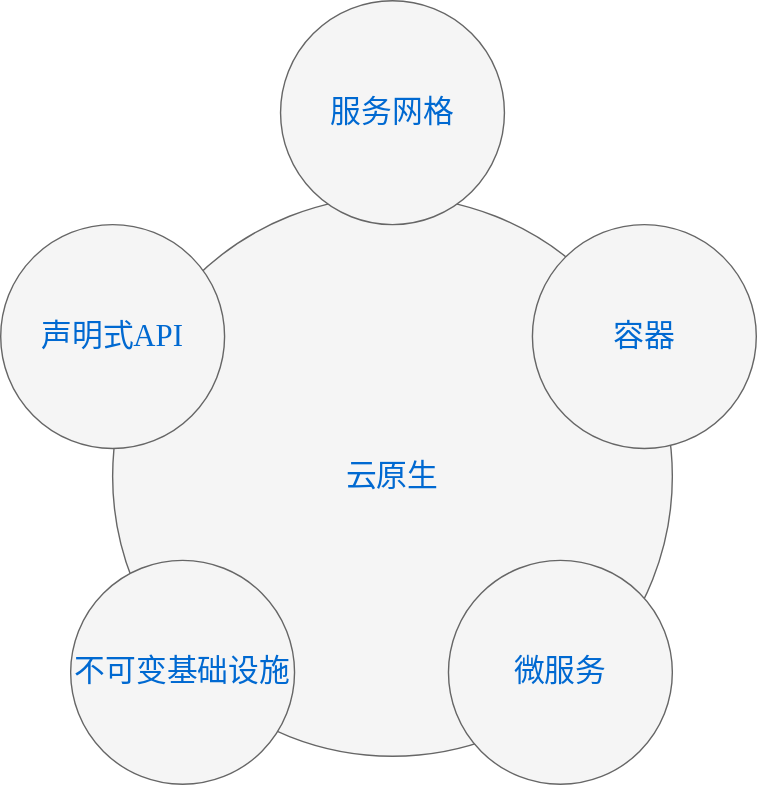
The draw.io diagram test/未命名绘图.drawio.svg in YunZh1Jun/tmp, before a commit. Source tidied: cells renumbered, new cells last; positions are measured from the earlier drawing's top-left corner, leaving out a move shared by most shapes.
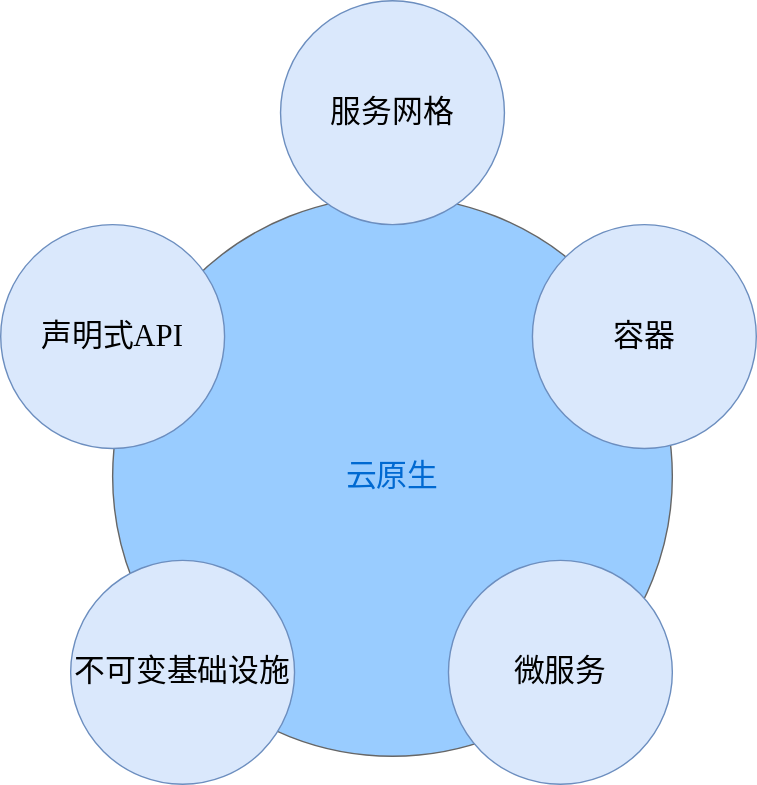
After the change.

Commit message:
更新未命名绘图.drawio.svg

The edit, as a diff of the source:
```diff
@@ -2,22 +2,22 @@
   <root>
     <mxCell id="0" />
     <mxCell id="1" parent="0" />
-    <mxCell id="2" value="云原生" style="ellipse;whiteSpace=wrap;html=1;rounded=0;shadow=0;dashed=0;comic=0;fontFamily=Verdana;fontSize=22;fontColor=#0069D1;fillColor=#f5f5f5;strokeColor=#666666;" parent="1" vertex="1">
+    <mxCell id="2" value="云原生" style="ellipse;whiteSpace=wrap;html=1;rounded=0;shadow=0;dashed=0;comic=0;fontFamily=Verdana;fontSize=22;fontColor=#0069D1;fillColor=#99CCFF;strokeColor=#666666;" parent="1" vertex="1">
       <mxGeometry x="80" y="140" width="400" height="400" as="geometry" />
     </mxCell>
-    <mxCell id="3" value="服务网格" style="ellipse;whiteSpace=wrap;html=1;rounded=0;shadow=0;dashed=0;comic=0;fontFamily=Verdana;fontSize=22;fontColor=#0069D1;fillColor=#f5f5f5;strokeColor=#666666;" parent="1" vertex="1">
+    <mxCell id="3" value="服务网格" style="ellipse;whiteSpace=wrap;html=1;rounded=0;shadow=0;dashed=0;comic=0;fontFamily=Verdana;fontSize=22;fillColor=#dae8fc;strokeColor=#6c8ebf;" parent="1" vertex="1">
       <mxGeometry x="200" width="160" height="160" as="geometry" />
     </mxCell>
-    <mxCell id="4" value="声明式API" style="ellipse;whiteSpace=wrap;html=1;rounded=0;shadow=0;dashed=0;comic=0;fontFamily=Verdana;fontSize=22;fontColor=#0069D1;fillColor=#f5f5f5;strokeColor=#666666;" parent="1" vertex="1">
+    <mxCell id="4" value="声明式API" style="ellipse;whiteSpace=wrap;html=1;rounded=0;shadow=0;dashed=0;comic=0;fontFamily=Verdana;fontSize=22;fillColor=#dae8fc;strokeColor=#6c8ebf;" parent="1" vertex="1">
       <mxGeometry y="160" width="160" height="160" as="geometry" />
     </mxCell>
-    <mxCell id="5" value="微服务" style="ellipse;whiteSpace=wrap;html=1;rounded=0;shadow=0;dashed=0;comic=0;fontFamily=Verdana;fontSize=22;fontColor=#0069D1;fillColor=#f5f5f5;strokeColor=#666666;" parent="1" vertex="1">
+    <mxCell id="5" value="微服务" style="ellipse;whiteSpace=wrap;html=1;rounded=0;shadow=0;dashed=0;comic=0;fontFamily=Verdana;fontSize=22;fillColor=#dae8fc;strokeColor=#6c8ebf;" parent="1" vertex="1">
       <mxGeometry x="320" y="400" width="160" height="160" as="geometry" />
     </mxCell>
-    <mxCell id="6" value="容器" style="ellipse;whiteSpace=wrap;html=1;rounded=0;shadow=0;dashed=0;comic=0;fontFamily=Verdana;fontSize=22;fontColor=#0069D1;fillColor=#f5f5f5;strokeColor=#666666;" parent="1" vertex="1">
+    <mxCell id="6" value="容器" style="ellipse;whiteSpace=wrap;html=1;rounded=0;shadow=0;dashed=0;comic=0;fontFamily=Verdana;fontSize=22;fillColor=#dae8fc;strokeColor=#6c8ebf;" parent="1" vertex="1">
       <mxGeometry x="380" y="160" width="160" height="160" as="geometry" />
     </mxCell>
-    <mxCell id="7" value="不可变基础设施" style="ellipse;whiteSpace=wrap;html=1;rounded=0;shadow=0;dashed=0;comic=0;fontFamily=Verdana;fontSize=22;fontColor=#0069D1;fillColor=#f5f5f5;strokeColor=#666666;" parent="1" vertex="1">
+    <mxCell id="7" value="不可变基础设施" style="ellipse;whiteSpace=wrap;html=1;rounded=0;shadow=0;dashed=0;comic=0;fontFamily=Verdana;fontSize=22;fillColor=#dae8fc;strokeColor=#6c8ebf;" parent="1" vertex="1">
       <mxGeometry x="50" y="400" width="160" height="160" as="geometry" />
     </mxCell>
   </root>
```
